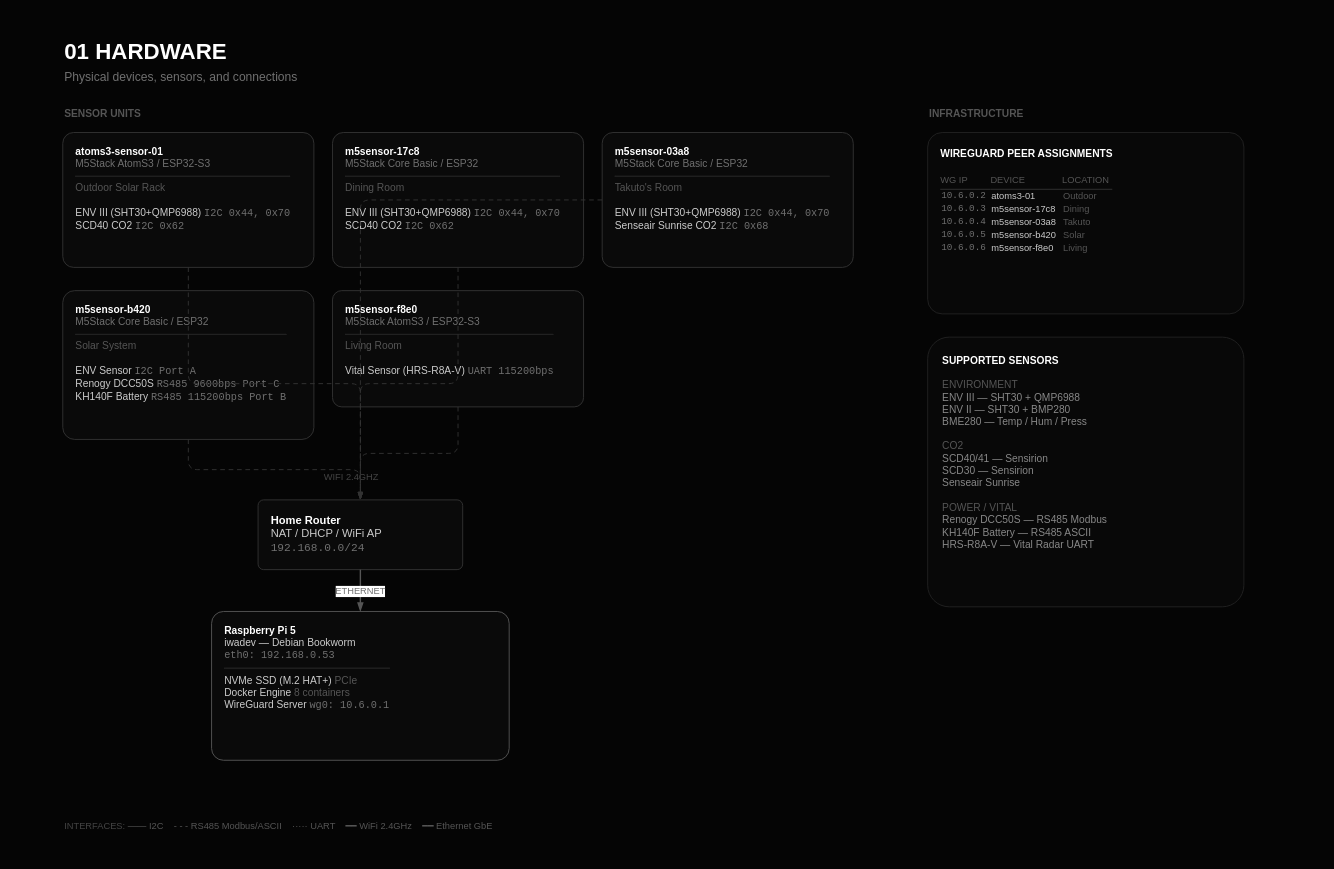
Earlier version of the draw.io diagram 01-hardware.drawio (osamuiwasaki/d-f56cb592). Source tidied: cells renumbered, new cells numbered last; positions are measured from the earlier drawing's top-left corner, leaving out a move shared by most shapes. Both pictures are drawn from the tidied source at 93%, with x=0, y=0 at pixel (62, 34).
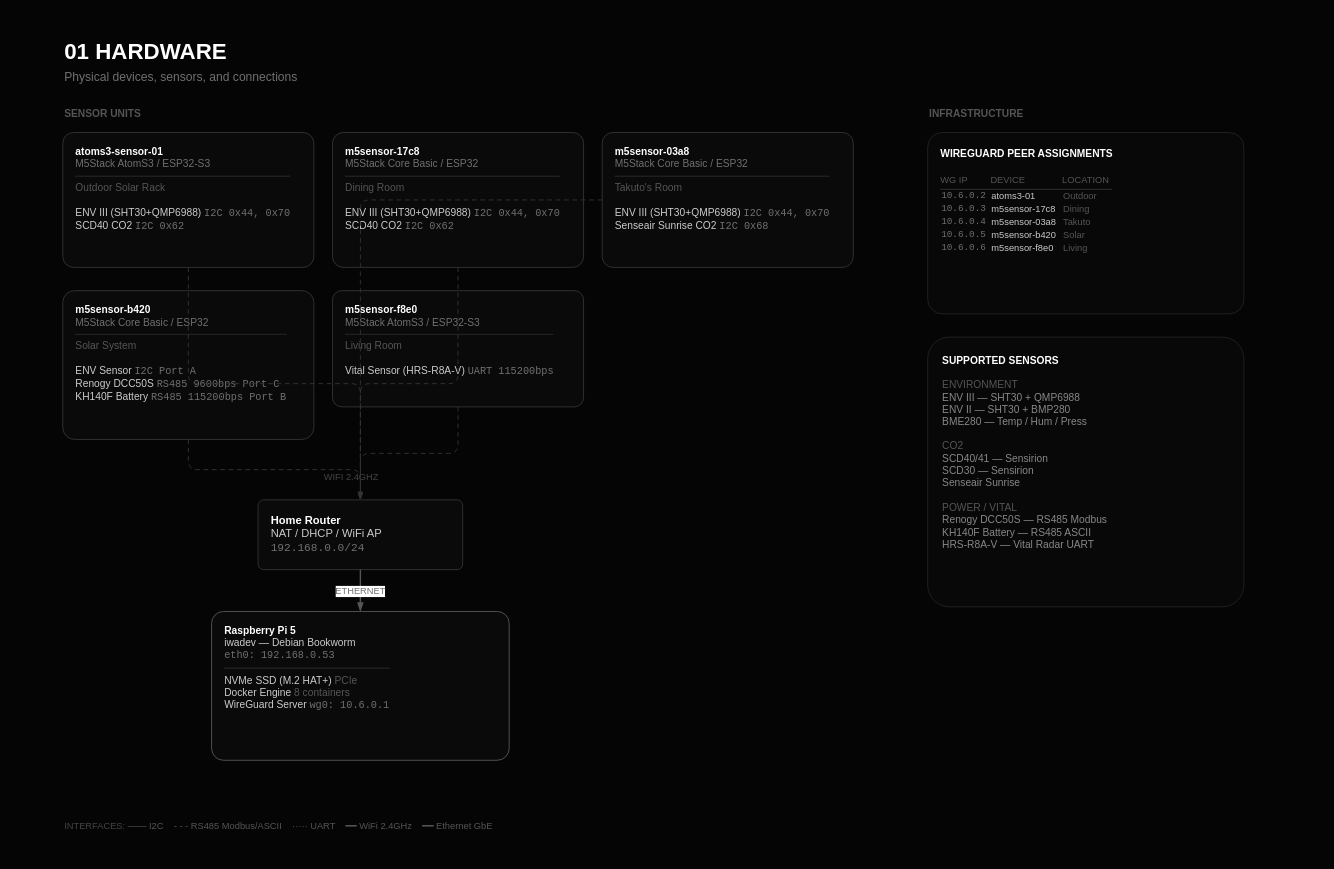
After the change.

Commit message:
Add background rectangle for dark theme

The edit, as a diff of the source:
```diff
@@
+    <mxCell id="23" style="rounded=0;whiteSpace=wrap;html=1;fillColor=#050505;strokeColor=none;" parent="1" vertex="1">
+      <mxGeometry x="-50" y="-20" width="1400" height="900" as="geometry" />
+    </mxCell>
```
